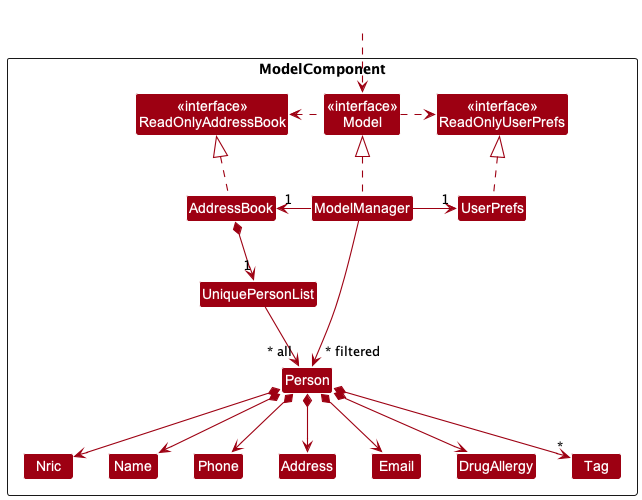
Before: docs/images/NricModelClassDiagram.png, a diagram exported from PlantUML (nus-cs2103-AY2223S2/tp). Its source is kept beside it as docs/diagrams/NricModelClassDiagram.puml. Source of this version:
```plantuml
@startuml
!include style.puml
skinparam arrowThickness 1.1
skinparam arrowColor MODEL_COLOR
skinparam classBackgroundColor MODEL_COLOR

Package ModelComponent <<Rectangle>>{
Class "<<interface>>\nReadOnlyAddressBook" as ReadOnlyAddressBook
Class "<<interface>>\nReadOnlyUserPrefs" as ReadOnlyUserPrefs
Class "<<interface>>\nModel" as Model
Class AddressBook
Class ModelManager
Class UserPrefs

Class UniquePersonList
Class Person
Class Address
Class Email
Class Name
Class Nric
Class Phone
Class DrugAllergy
Class Tag

}

Class HiddenOutside #FFFFFF
HiddenOutside ..> Model

AddressBook .up.|> ReadOnlyAddressBook

ModelManager .up.|> Model
Model .right.> ReadOnlyUserPrefs
Model .left.> ReadOnlyAddressBook
ModelManager -left-> "1" AddressBook
ModelManager -right-> "1" UserPrefs
UserPrefs .up.|> ReadOnlyUserPrefs

AddressBook *--> "1" UniquePersonList
UniquePersonList --> "~* all" Person
Person *--> Nric
Person *--> Name
Person *--> Phone
Person *--> Email
Person *--> Address
Person *--> DrugAllergy
Person *--> "*" Tag

Nric -[hidden]right-> Name
Name -[hidden]right-> Phone
Phone -[hidden]right-> Address
Address -[hidden]right-> Email

ModelManager -->"~* filtered" Person
@enduml
```
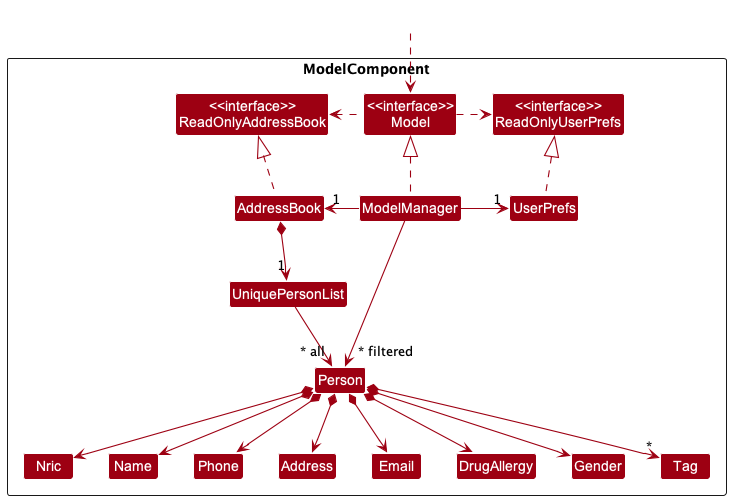
After the commit.

Commit message:
Edit DG for Find command implementation and included Find command Sequence diagram

The edit, as a diff of the source:
```diff
@@ -20,6 +20,7 @@
 Class Nric
 Class Phone
 Class DrugAllergy
+Class Gender
 Class Tag
 
 }
@@ -44,6 +45,7 @@
 Person *--> Email
 Person *--> Address
 Person *--> DrugAllergy
+Person *--> Gender
 Person *--> "*" Tag
 
 Nric -[hidden]right-> Name
```
